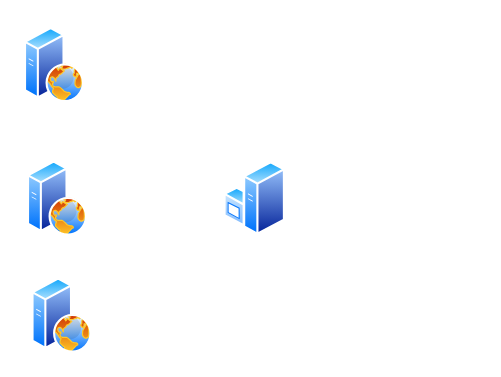
Earlier version of the draw.io diagram Untitled Diagram.drawio (dev-resources-millenium/ReferencesForEnterpriseApps). Source tidied: cells renumbered, new cells numbered last; positions are measured from the earlier drawing's top-left corner, leaving out a move shared by most shapes. Both pictures are drawn from the tidied source at 150%, with x=0, y=0 at pixel (24, 27).
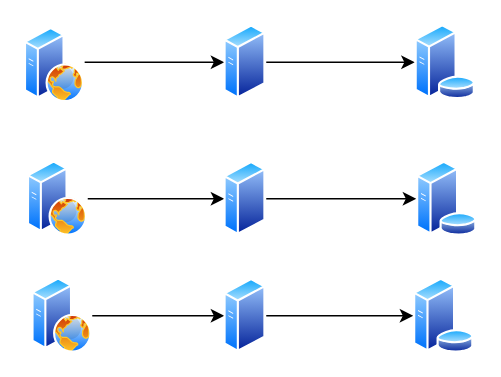
Above is the later version.

What changed in the source:
```diff
@@
 <mxGraphModel>
   <root>
     <mxCell id="0" />
     <mxCell id="1" parent="0" />
-    <mxCell id="2" style="image;perimeter=ellipsePerimeter;html=1;align=center;shadow=0;dashed=0;spacingTop=3;image=img/lib/active_directory/windows_server.svg;" parent="1" vertex="1">
-      <mxGeometry x="133" y="89" width="41" height="50" as="geometry" />
-    </mxCell>
+    <mxCell id="6" style="edgeStyle=orthogonalEdgeStyle;shape=connector;rounded=0;jettySize=auto;html=1;labelBackgroundColor=default;strokeColor=default;align=center;verticalAlign=middle;fontFamily=Helvetica;fontSize=11;fontColor=default;endArrow=classic;" parent="1" edge="1" source="3" target="10">
+      <mxGeometry relative="1" as="geometry" />
+    </mxCell>
     <mxCell id="3" style="image;perimeter=ellipsePerimeter;html=1;align=center;shadow=0;dashed=0;spacingTop=3;image=img/lib/active_directory/web_server.svg;" parent="1" vertex="1">
       <mxGeometry x="2" y="89" width="40" height="50" as="geometry" />
     </mxCell>
+    <mxCell id="7" style="edgeStyle=orthogonalEdgeStyle;rounded=0;jettySize=auto;html=1;" parent="1" edge="1" source="4" target="14">
+      <mxGeometry relative="1" as="geometry">
+        <Array as="points">
+          <mxPoint x="73" y="23" />
+          <mxPoint x="73" y="23" />
+        </Array>
+      </mxGeometry>
+    </mxCell>
     <mxCell id="4" style="image;perimeter=ellipsePerimeter;html=1;align=center;shadow=0;dashed=0;spacingTop=3;image=img/lib/active_directory/web_server.svg;" parent="1" vertex="1">
       <mxGeometry width="40" height="50" as="geometry" />
     </mxCell>
+    <mxCell id="8" style="edgeStyle=orthogonalEdgeStyle;shape=connector;rounded=0;jettySize=auto;html=1;labelBackgroundColor=default;strokeColor=default;align=center;verticalAlign=middle;fontFamily=Helvetica;fontSize=11;fontColor=default;endArrow=classic;" parent="1" edge="1" source="5" target="12">
+      <mxGeometry relative="1" as="geometry" />
+    </mxCell>
     <mxCell id="5" style="image;perimeter=ellipsePerimeter;html=1;align=center;shadow=0;dashed=0;spacingTop=3;image=img/lib/active_directory/web_server.svg;" parent="1" vertex="1">
       <mxGeometry x="5" y="167" width="40" height="50" as="geometry" />
     </mxCell>
+    <mxCell id="9" style="edgeStyle=orthogonalEdgeStyle;shape=connector;rounded=0;jettySize=auto;html=1;labelBackgroundColor=default;strokeColor=default;align=center;verticalAlign=middle;fontFamily=Helvetica;fontSize=11;fontColor=default;endArrow=classic;" parent="1" edge="1" source="10" target="15">
+      <mxGeometry relative="1" as="geometry" />
+    </mxCell>
+    <mxCell id="10" style="image;perimeter=ellipsePerimeter;html=1;align=center;shadow=0;dashed=0;spacingTop=3;image=img/lib/active_directory/generic_server.svg;" parent="1" vertex="1">
+      <mxGeometry x="133" y="89" width="28" height="50" as="geometry" />
+    </mxCell>
+    <mxCell id="11" style="edgeStyle=orthogonalEdgeStyle;shape=connector;rounded=0;jettySize=auto;html=1;labelBackgroundColor=default;strokeColor=default;align=center;verticalAlign=middle;fontFamily=Helvetica;fontSize=11;fontColor=default;endArrow=classic;" parent="1" edge="1" source="12" target="17">
+      <mxGeometry relative="1" as="geometry" />
+    </mxCell>
+    <mxCell id="12" style="image;perimeter=ellipsePerimeter;html=1;align=center;shadow=0;dashed=0;spacingTop=3;image=img/lib/active_directory/generic_server.svg;" parent="1" vertex="1">
+      <mxGeometry x="133" y="167" width="28" height="50" as="geometry" />
+    </mxCell>
+    <mxCell id="13" style="edgeStyle=orthogonalEdgeStyle;shape=connector;rounded=0;jettySize=auto;html=1;labelBackgroundColor=default;strokeColor=default;align=center;verticalAlign=middle;fontFamily=Helvetica;fontSize=11;fontColor=default;endArrow=classic;" parent="1" edge="1" source="14" target="16">
+      <mxGeometry relative="1" as="geometry" />
+    </mxCell>
+    <mxCell id="14" style="image;perimeter=ellipsePerimeter;html=1;align=center;shadow=0;dashed=0;spacingTop=3;image=img/lib/active_directory/generic_server.svg;" parent="1" vertex="1">
+      <mxGeometry x="133" y="-2" width="28" height="50" as="geometry" />
+    </mxCell>
+    <mxCell id="15" style="image;perimeter=ellipsePerimeter;html=1;align=center;shadow=0;dashed=0;spacingTop=3;image=img/lib/active_directory/database_server.svg;" parent="1" vertex="1">
+      <mxGeometry x="261" y="89" width="41" height="50" as="geometry" />
+    </mxCell>
+    <mxCell id="16" style="image;perimeter=ellipsePerimeter;html=1;align=center;shadow=0;dashed=0;spacingTop=3;image=img/lib/active_directory/database_server.svg;" parent="1" vertex="1">
+      <mxGeometry x="260" y="-2" width="41" height="50" as="geometry" />
+    </mxCell>
+    <mxCell id="17" style="image;perimeter=ellipsePerimeter;html=1;align=center;shadow=0;dashed=0;spacingTop=3;image=img/lib/active_directory/database_server.svg;" parent="1" vertex="1">
+      <mxGeometry x="259" y="167" width="41" height="50" as="geometry" />
+    </mxCell>
   </root>
 </mxGraphModel>
```
